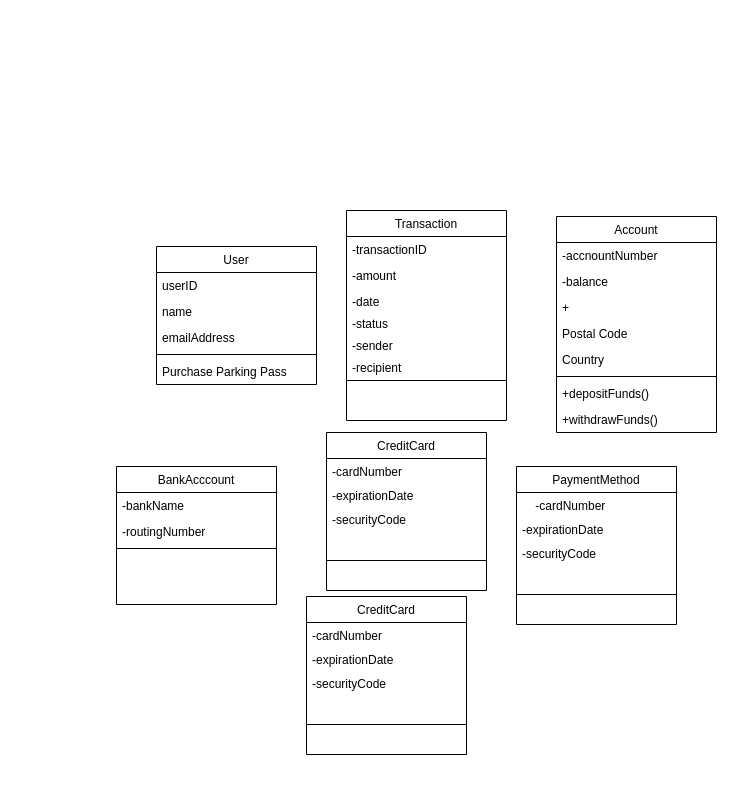
Above: designclassdiagram.drawio in LordDdanielHan/test (draw.io), before the change. Source tidied: cells renumbered, new cells numbered last; positions are measured from the earlier drawing's top-left corner, leaving out a move shared by most shapes. Both pictures are drawn from the tidied source at 100%, with x=0, y=0 at pixel (116, 210).
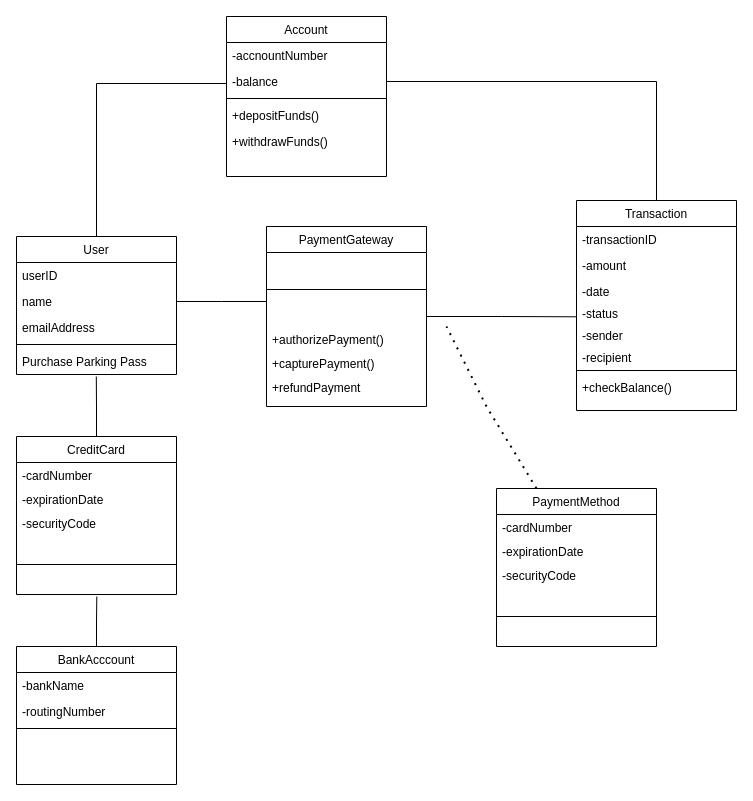
After the change.

The change refers to these unchanged cells:
```xml
<mxCell id="4" value="name" style="text;align=left;verticalAlign=top;spacingLeft=4;spacingRight=4;overflow=hidden;points=[[0,0.5],[1,0.5]];portConstraint=eastwest;rounded=0;shadow=0;html=0;" parent="2" vertex="1">
  <mxGeometry y="52" width="160" height="26" as="geometry" />
</mxCell>
<mxCell id="19" value="-balance" style="text;align=left;verticalAlign=top;spacingLeft=4;spacingRight=4;overflow=hidden;points=[[0,0.5],[1,0.5]];portConstraint=eastwest;rounded=0;shadow=0;html=0;" parent="17" vertex="1">
  <mxGeometry y="52" width="160" height="26" as="geometry" />
</mxCell>
<mxCell id="31" value="-sender" style="text;align=left;verticalAlign=top;spacingLeft=4;spacingRight=4;overflow=hidden;points=[[0,0.5],[1,0.5]];portConstraint=eastwest;rounded=0;shadow=0;html=0;" parent="26" vertex="1">
  <mxGeometry y="122" width="160" height="22" as="geometry" />
</mxCell>
```

Change to the diagram source:
```diff
@@
+    <mxCell id="44" style="edgeStyle=orthogonalEdgeStyle;rounded=0;jettySize=auto;html=1;exitX=0.5;exitY=0;exitDx=0;exitDy=0;entryX=0;entryY=0.692;entryDx=0;entryDy=0;entryPerimeter=0;endArrow=none;endFill=0;" parent="1" edge="1" source="2" target="19">
+      <mxGeometry relative="1" as="geometry">
+        <Array as="points">
+          <mxPoint x="-20" y="-127" />
+          <mxPoint x="110" y="-127" />
+        </Array>
+      </mxGeometry>
+    </mxCell>
     <mxCell id="2" value="User" style="swimlane;fontStyle=0;align=center;verticalAlign=top;horizontal=1;startSize=26;rounded=0;shadow=0;strokeWidth=1;" parent="1" vertex="1">
-      <mxGeometry x="40" y="36" width="160" height="138" as="geometry" />
+      <mxGeometry x="-100" y="26" width="160" height="138" as="geometry" />
     </mxCell>
@@
+    <mxCell id="45" style="edgeStyle=orthogonalEdgeStyle;rounded=0;jettySize=auto;html=1;exitX=1;exitY=0.5;exitDx=0;exitDy=0;endArrow=none;endFill=0;" parent="2" edge="1" source="4">
+      <mxGeometry relative="1" as="geometry">
+        <mxPoint x="250" y="65" as="targetPoint" />
+      </mxGeometry>
+    </mxCell>
@@
+    <mxCell id="46" style="edgeStyle=orthogonalEdgeStyle;rounded=0;jettySize=auto;html=1;exitX=0.5;exitY=0;exitDx=0;exitDy=0;endArrow=none;endFill=0;" parent="1" edge="1" source="8">
+      <mxGeometry relative="1" as="geometry">
+        <mxPoint x="-19.7" y="386" as="targetPoint" />
+      </mxGeometry>
+    </mxCell>
     <mxCell id="8" value="BankAcccount" style="swimlane;fontStyle=0;align=center;verticalAlign=top;horizontal=1;startSize=26;rounded=0;shadow=0;strokeWidth=1;" parent="1" vertex="1">
-      <mxGeometry y="256" width="160" height="138" as="geometry" />
+      <mxGeometry x="-100" y="436" width="160" height="138" as="geometry" />
     </mxCell>
@@
+    <mxCell id="47" style="edgeStyle=orthogonalEdgeStyle;rounded=0;jettySize=auto;html=1;exitX=0.5;exitY=0;exitDx=0;exitDy=0;endArrow=none;endFill=0;" parent="1" edge="1" source="12">
+      <mxGeometry relative="1" as="geometry">
+        <mxPoint x="-20.2" y="166" as="targetPoint" />
+      </mxGeometry>
+    </mxCell>
     <mxCell id="12" value="CreditCard" style="swimlane;fontStyle=0;align=center;verticalAlign=top;horizontal=1;startSize=26;rounded=0;shadow=0;strokeWidth=1;" parent="1" vertex="1">
-      <mxGeometry x="210" y="222" width="160" height="158" as="geometry" />
+      <mxGeometry x="-100" y="226" width="160" height="158" as="geometry" />
     </mxCell>
@@
     <mxCell id="17" value="Account" style="swimlane;fontStyle=0;align=center;verticalAlign=top;horizontal=1;startSize=26;rounded=0;shadow=0;strokeWidth=1;" parent="1" vertex="1">
-      <mxGeometry x="440" y="6" width="160" height="216" as="geometry" />
+      <mxGeometry x="110" y="-194" width="160" height="160" as="geometry" />
     </mxCell>
@@
-    <mxCell id="20" value="+" style="text;align=left;verticalAlign=top;spacingLeft=4;spacingRight=4;overflow=hidden;rounded=0;shadow=0;html=0;" parent="17" vertex="1">
-      <mxGeometry y="78" width="160" height="26" as="geometry" />
-    </mxCell>
-    <mxCell id="21" value="Postal Code" style="text;align=left;verticalAlign=top;spacingLeft=4;spacingRight=4;overflow=hidden;rounded=0;shadow=0;html=0;" parent="17" vertex="1">
-      <mxGeometry y="104" width="160" height="26" as="geometry" />
-    </mxCell>
-    <mxCell id="22" value="Country" style="text;align=left;verticalAlign=top;spacingLeft=4;spacingRight=4;overflow=hidden;rounded=0;shadow=0;html=0;" parent="17" vertex="1">
-      <mxGeometry y="130" width="160" height="26" as="geometry" />
-    </mxCell>
     <mxCell id="23" style="line;html=1;strokeWidth=1;align=left;verticalAlign=middle;spacingTop=-1;spacingLeft=3;spacingRight=3;labelPosition=right;" parent="17" vertex="1">
-      <mxGeometry y="156" width="160" height="8" as="geometry" />
+      <mxGeometry y="78" width="160" height="8" as="geometry" />
     </mxCell>
     <mxCell id="24" value="+depositFunds()" style="text;align=left;verticalAlign=top;spacingLeft=4;spacingRight=4;overflow=hidden;" parent="17" vertex="1">
-      <mxGeometry y="164" width="160" height="26" as="geometry" />
+      <mxGeometry y="86" width="160" height="26" as="geometry" />
     </mxCell>
     <mxCell id="25" value="+withdrawFunds()" style="text;align=left;verticalAlign=top;spacingLeft=4;spacingRight=4;overflow=hidden;" parent="17" vertex="1">
-      <mxGeometry y="190" width="160" height="26" as="geometry" />
+      <mxGeometry y="112" width="160" height="30" as="geometry" />
     </mxCell>
     <mxCell id="26" value="Transaction" style="swimlane;fontStyle=0;align=center;verticalAlign=top;horizontal=1;startSize=26;rounded=0;shadow=0;strokeWidth=1;" parent="1" vertex="1">
-      <mxGeometry x="230" width="160" height="210" as="geometry" />
+      <mxGeometry x="460" y="-10" width="160" height="210" as="geometry" />
     </mxCell>
@@
-    <mxCell id="34" value="CreditCard" style="swimlane;fontStyle=0;align=center;verticalAlign=top;horizontal=1;startSize=26;rounded=0;shadow=0;strokeWidth=1;" parent="1" vertex="1">
-      <mxGeometry x="190" y="386" width="160" height="158" as="geometry" />
-    </mxCell>
-    <mxCell id="35" value="-cardNumber" style="text;align=left;verticalAlign=top;spacingLeft=4;spacingRight=4;overflow=hidden;" parent="34" vertex="1">
-      <mxGeometry y="26" width="160" height="24" as="geometry" />
-    </mxCell>
-    <mxCell id="36" value="-expirationDate" style="text;align=left;verticalAlign=top;spacingLeft=4;spacingRight=4;overflow=hidden;" parent="34" vertex="1">
-      <mxGeometry y="50" width="160" height="24" as="geometry" />
-    </mxCell>
-    <mxCell id="37" value="-securityCode" style="text;align=left;verticalAlign=top;spacingLeft=4;spacingRight=4;overflow=hidden;" parent="34" vertex="1">
-      <mxGeometry y="74" width="160" height="24" as="geometry" />
-    </mxCell>
-    <mxCell id="38" style="line;html=1;strokeWidth=1;align=left;verticalAlign=middle;spacingTop=-1;spacingLeft=3;spacingRight=3;labelPosition=right;" parent="34" vertex="1">
-      <mxGeometry y="98" width="160" height="60" as="geometry" />
-    </mxCell>
+    <mxCell id="48" value="+checkBalance()" style="text;align=left;verticalAlign=top;spacingLeft=4;spacingRight=4;overflow=hidden;" parent="26" vertex="1">
+      <mxGeometry y="174" width="160" height="30" as="geometry" />
+    </mxCell>
     <mxCell id="39" value="PaymentMethod" style="swimlane;fontStyle=0;align=center;verticalAlign=top;horizontal=1;startSize=26;rounded=0;shadow=0;strokeWidth=1;" parent="1" vertex="1">
-      <mxGeometry x="400" y="256" width="160" height="158" as="geometry" />
+      <mxGeometry x="380" y="278" width="160" height="158" as="geometry" />
     </mxCell>
-    <mxCell id="40" value="    -cardNumber" style="text;align=left;verticalAlign=top;spacingLeft=4;spacingRight=4;overflow=hidden;" parent="39" vertex="1">
+    <mxCell id="40" value="-cardNumber" style="text;align=left;verticalAlign=top;spacingLeft=4;spacingRight=4;overflow=hidden;" parent="39" vertex="1">
       <mxGeometry y="26" width="160" height="24" as="geometry" />
     </mxCell>
@@
+    <mxCell id="49" value="PaymentGateway" style="swimlane;fontStyle=0;align=center;verticalAlign=top;horizontal=1;startSize=26;rounded=0;shadow=0;strokeWidth=1;" parent="1" vertex="1">
+      <mxGeometry x="150" y="16" width="160" height="180" as="geometry" />
+    </mxCell>
+    <mxCell id="50" style="line;html=1;strokeWidth=1;align=left;verticalAlign=middle;spacingTop=-1;spacingLeft=3;spacingRight=3;labelPosition=right;" parent="49" vertex="1">
+      <mxGeometry y="26" width="160" height="74" as="geometry" />
+    </mxCell>
+    <mxCell id="51" value="+authorizePayment()" style="text;align=left;verticalAlign=top;spacingLeft=4;spacingRight=4;overflow=hidden;" parent="49" vertex="1">
+      <mxGeometry y="100" width="160" height="24" as="geometry" />
+    </mxCell>
+    <mxCell id="52" value="+capturePayment()" style="text;align=left;verticalAlign=top;spacingLeft=4;spacingRight=4;overflow=hidden;" parent="49" vertex="1">
+      <mxGeometry y="124" width="160" height="24" as="geometry" />
+    </mxCell>
+    <mxCell id="53" value="+refundPayment" style="text;align=left;verticalAlign=top;spacingLeft=4;spacingRight=4;overflow=hidden;" parent="49" vertex="1">
+      <mxGeometry y="148" width="160" height="24" as="geometry" />
+    </mxCell>
+    <mxCell id="54" style="endArrow=none;dashed=1;html=1;dashPattern=1 3;strokeWidth=2;rounded=0;exitX=0.25;exitY=0;exitDx=0;exitDy=0;" parent="1" edge="1" source="39">
+      <mxGeometry relative="1" as="geometry">
+        <mxPoint x="330" y="116" as="targetPoint" />
+        <Array as="points">
+          <mxPoint x="370" y="196" />
+        </Array>
+      </mxGeometry>
+    </mxCell>
+    <mxCell id="55" style="edgeStyle=orthogonalEdgeStyle;rounded=0;jettySize=auto;html=1;exitX=1;exitY=0.5;exitDx=0;exitDy=0;entryX=0.5;entryY=0;entryDx=0;entryDy=0;endArrow=none;endFill=0;" parent="1" edge="1" source="19" target="26">
+      <mxGeometry relative="1" as="geometry" />
+    </mxCell>
+    <mxCell id="56" style="edgeStyle=orthogonalEdgeStyle;rounded=0;jettySize=auto;html=1;exitX=1;exitY=0.5;exitDx=0;exitDy=0;entryX=0;entryY=-0.258;entryDx=0;entryDy=0;entryPerimeter=0;endArrow=none;endFill=0;" parent="1" edge="1" source="49" target="31">
+      <mxGeometry relative="1" as="geometry" />
+    </mxCell>
```
